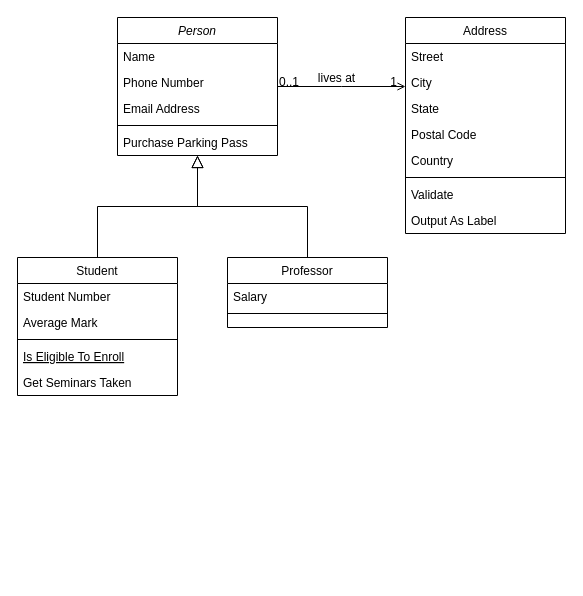
Before: Diagram Tanpa Judul.drawio in nadiatiaraa/classdiagramsepatu, a draw.io diagram. Source tidied: cells renumbered, new cells numbered last; positions are measured from the earlier drawing's top-left corner, leaving out a move shared by most shapes. Both pictures are drawn from the tidied source at 100%, with x=0, y=0 at pixel (17, 17).
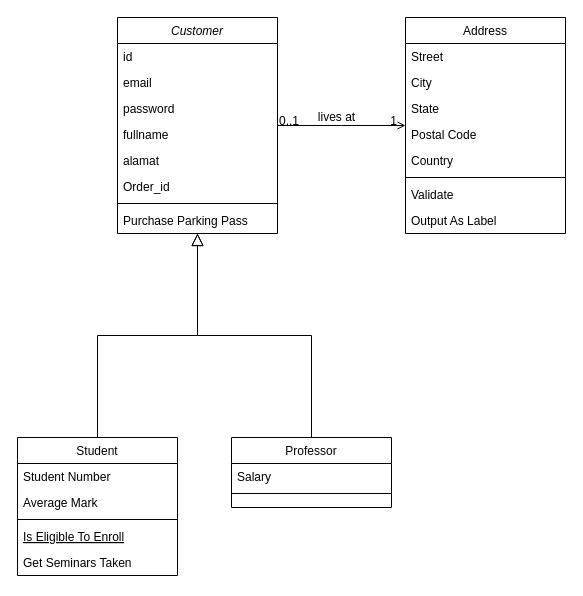
The same diagram, later.

The edit, as a diff of the source:
```diff
@@
-    <mxCell id="2" value="Person" style="swimlane;fontStyle=2;align=center;verticalAlign=top;horizontal=1;startSize=26;rounded=0;shadow=0;strokeWidth=1;" parent="1" vertex="1">
-      <mxGeometry x="100" width="160" height="138" as="geometry" />
+    <mxCell id="2" value="Customer" style="swimlane;fontStyle=2;align=center;verticalAlign=top;horizontal=1;startSize=26;rounded=0;shadow=0;strokeWidth=1;" parent="1" vertex="1">
+      <mxGeometry x="100" width="160" height="216" as="geometry" />
     </mxCell>
-    <mxCell id="3" value="Name" style="text;align=left;verticalAlign=top;spacingLeft=4;spacingRight=4;overflow=hidden;" parent="2" vertex="1">
+    <mxCell id="3" value="id" style="text;align=left;verticalAlign=top;spacingLeft=4;spacingRight=4;overflow=hidden;" parent="2" vertex="1">
       <mxGeometry y="26" width="160" height="26" as="geometry" />
     </mxCell>
-    <mxCell id="4" value="Phone Number" style="text;align=left;verticalAlign=top;spacingLeft=4;spacingRight=4;overflow=hidden;rounded=0;shadow=0;html=0;" parent="2" vertex="1">
+    <mxCell id="4" value="email" style="text;align=left;verticalAlign=top;spacingLeft=4;spacingRight=4;overflow=hidden;rounded=0;shadow=0;html=0;" parent="2" vertex="1">
       <mxGeometry y="52" width="160" height="26" as="geometry" />
     </mxCell>
+    <mxCell id="32" value="password" style="text;align=left;verticalAlign=top;spacingLeft=4;spacingRight=4;overflow=hidden;rounded=0;shadow=0;html=0;" parent="2" vertex="1">
+      <mxGeometry y="78" width="160" height="26" as="geometry" />
+    </mxCell>
-    <mxCell id="5" value="Email Address" style="text;align=left;verticalAlign=top;spacingLeft=4;spacingRight=4;overflow=hidden;rounded=0;shadow=0;html=0;" parent="2" vertex="1">
-      <mxGeometry y="78" width="160" height="26" as="geometry" />
+    <mxCell id="5" value="fullname" style="text;align=left;verticalAlign=top;spacingLeft=4;spacingRight=4;overflow=hidden;rounded=0;shadow=0;html=0;" parent="2" vertex="1">
+      <mxGeometry y="104" width="160" height="26" as="geometry" />
     </mxCell>
+    <mxCell id="33" value="alamat" style="text;align=left;verticalAlign=top;spacingLeft=4;spacingRight=4;overflow=hidden;rounded=0;shadow=0;html=0;" parent="2" vertex="1">
+      <mxGeometry y="130" width="160" height="26" as="geometry" />
+    </mxCell>
+    <mxCell id="34" value="Order_id" style="text;align=left;verticalAlign=top;spacingLeft=4;spacingRight=4;overflow=hidden;rounded=0;shadow=0;html=0;" parent="2" vertex="1">
+      <mxGeometry y="156" width="160" height="26" as="geometry" />
+    </mxCell>
     <mxCell id="6" style="line;html=1;strokeWidth=1;align=left;verticalAlign=middle;spacingTop=-1;spacingLeft=3;spacingRight=3;labelPosition=right;" parent="2" vertex="1">
-      <mxGeometry y="104" width="160" height="8" as="geometry" />
+      <mxGeometry y="182" width="160" height="8" as="geometry" />
     </mxCell>
     <mxCell id="7" value="Purchase Parking Pass" style="text;align=left;verticalAlign=top;spacingLeft=4;spacingRight=4;overflow=hidden;" parent="2" vertex="1">
-      <mxGeometry y="112" width="160" height="26" as="geometry" />
+      <mxGeometry y="190" width="160" height="26" as="geometry" />
     </mxCell>
     <mxCell id="8" value="Student" style="swimlane;fontStyle=0;align=center;verticalAlign=top;horizontal=1;startSize=26;rounded=0;shadow=0;strokeWidth=1;" parent="1" vertex="1">
-      <mxGeometry y="240" width="160" height="138" as="geometry" />
+      <mxGeometry y="420" width="160" height="138" as="geometry" />
     </mxCell>
@@
     <mxCell id="15" value="Professor" style="swimlane;fontStyle=0;align=center;verticalAlign=top;horizontal=1;startSize=26;rounded=0;shadow=0;strokeWidth=1;" parent="1" vertex="1">
-      <mxGeometry x="210" y="240" width="160" height="70" as="geometry" />
+      <mxGeometry x="214" y="420" width="160" height="70" as="geometry" />
     </mxCell>
```
